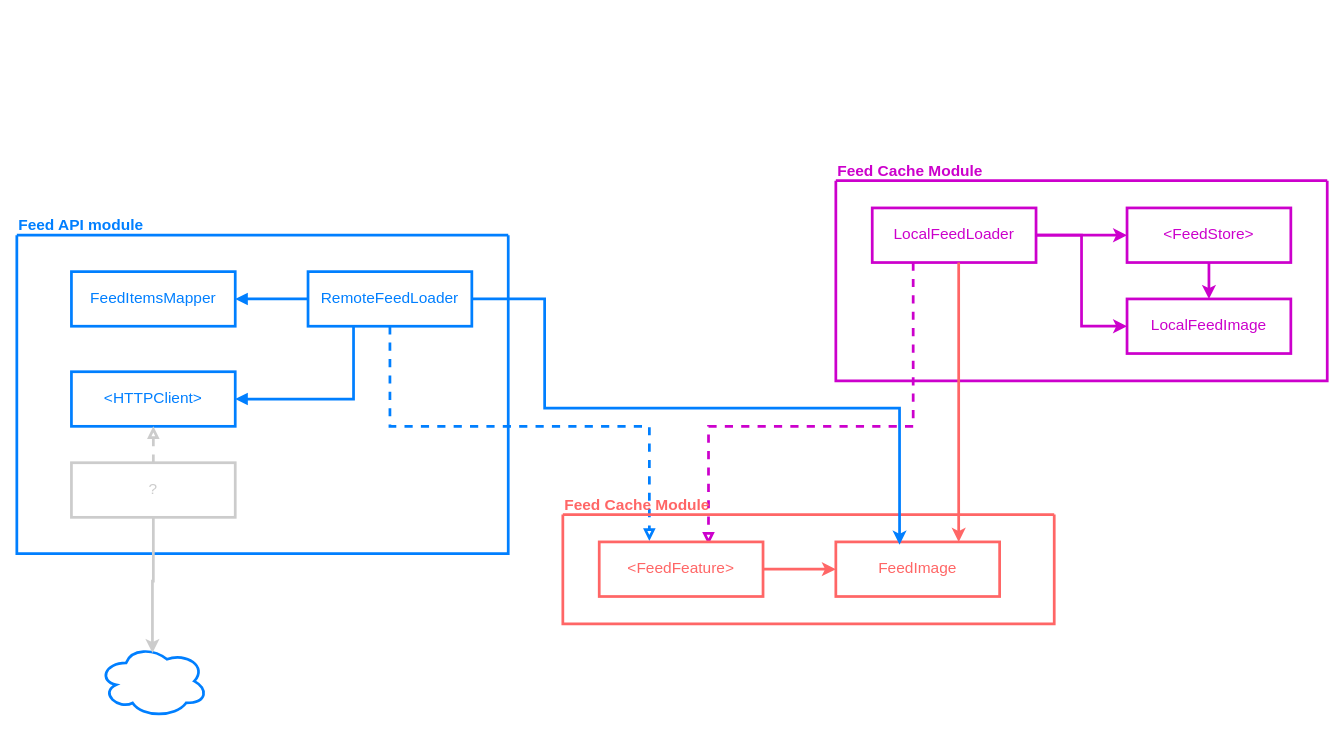
The draw.io diagram Architecture.drawio in Christophorus3/EssentialFeed, before the edit. Source tidied: cells renumbered, new cells numbered last; positions are measured from the earlier drawing's top-left corner, leaving out a move shared by most shapes. Both pictures are drawn from the tidied source at 91%, with x=0, y=0 at pixel (16, 180).
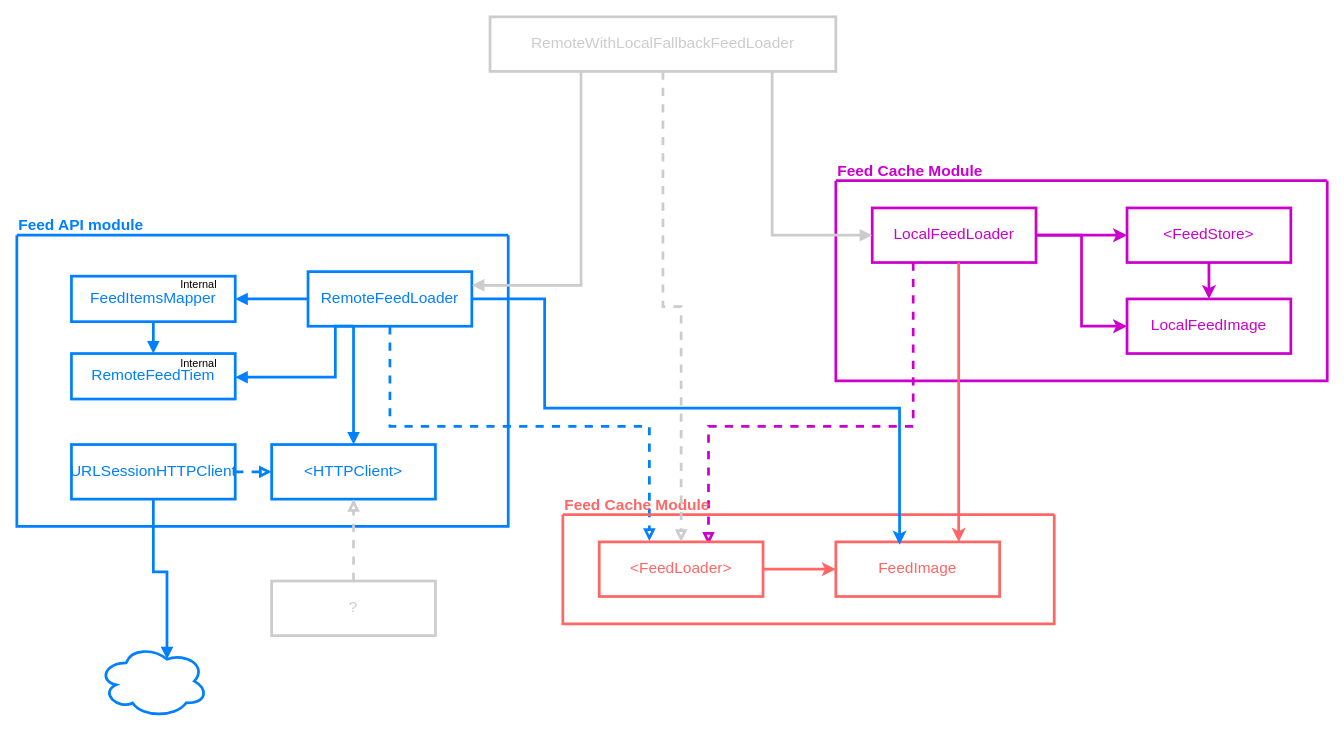
After the change.

Commit message:
update architecture diagram

Unchanged cells that the change refers to:
```xml
<mxCell id="4" value="&lt;font style=&quot;font-size: 17px;&quot; color=&quot;#007fff&quot;&gt;RemoteFeedLoader&lt;/font&gt;" style="rounded=0;whiteSpace=wrap;html=1;strokeWidth=3;strokeColor=#007FFF;" parent="2" vertex="1">
  <mxGeometry x="320" y="40" width="180" height="60" as="geometry" />
</mxCell>
<mxCell id="10" style="ellipse;shape=cloud;whiteSpace=wrap;html=1;strokeColor=#007FFF;strokeWidth=3;fontSize=17;fontColor=#007FFF;" parent="1" vertex="1">
  <mxGeometry x="90" y="510" width="120" height="80" as="geometry" />
</mxCell>
<mxCell id="16" value="&lt;font style=&quot;font-size: 17px;&quot;&gt;LocalFeedLoader&lt;/font&gt;" style="rounded=0;whiteSpace=wrap;html=1;strokeWidth=3;strokeColor=#CC00CC;fontColor=#CC00CC;" parent="13" vertex="1">
  <mxGeometry x="40" y="30" width="180" height="60" as="geometry" />
</mxCell>
<mxCell id="21" value="Feed Cache Module" style="swimlane;startSize=0;strokeColor=#FF6666;strokeWidth=3;fontSize=17;fontColor=#FF6666;verticalAlign=bottom;align=left;" parent="1" vertex="1">
  <mxGeometry x="600" y="367" width="540" height="120" as="geometry" />
</mxCell>
```

Change to the diagram source:
```diff
@@
     <mxCell id="2" value="Feed API module" style="swimlane;startSize=0;strokeColor=#007FFF;strokeWidth=3;fontSize=17;fontColor=#007FFF;verticalAlign=bottom;align=left;" parent="1" vertex="1">
-      <mxGeometry y="60" width="540" height="350" as="geometry" />
+      <mxGeometry y="60" width="540" height="320" as="geometry" />
     </mxCell>
-    <mxCell id="3" style="edgeStyle=orthogonalEdgeStyle;rounded=0;jettySize=auto;html=1;entryX=1;entryY=0.5;entryDx=0;entryDy=0;strokeColor=#007FFF;strokeWidth=3;fontSize=17;fontColor=#007FFF;endArrow=block;endFill=1;" parent="2" edge="1" source="4" target="6">
+    <mxCell id="3" style="edgeStyle=orthogonalEdgeStyle;rounded=0;jettySize=auto;html=1;entryX=0.5;entryY=0;entryDx=0;entryDy=0;strokeColor=#007FFF;strokeWidth=3;fontSize=17;fontColor=#007FFF;endArrow=block;endFill=1;" parent="2" edge="1" source="4" target="6">
       <mxGeometry relative="1" as="geometry">
         <Array as="points">
-          <mxPoint x="370" y="180" />
+          <mxPoint x="370" y="220" />
+          <mxPoint x="370" y="220" />
         </Array>
       </mxGeometry>
     </mxCell>
@@
+    <mxCell id="27" style="edgeStyle=orthogonalEdgeStyle;rounded=0;jettySize=auto;html=1;strokeColor=#007FFF;strokeWidth=3;endArrow=block;endFill=1;" parent="2" edge="1" source="5" target="29">
+      <mxGeometry relative="1" as="geometry" />
+    </mxCell>
     <mxCell id="5" value="&lt;font style=&quot;font-size: 17px;&quot; color=&quot;#007fff&quot;&gt;FeedItemsMapper&lt;/font&gt;" style="rounded=0;whiteSpace=wrap;html=1;strokeWidth=3;strokeColor=#007FFF;" parent="2" vertex="1">
-      <mxGeometry x="60" y="40" width="180" height="60" as="geometry" />
+      <mxGeometry x="60" y="45" width="180" height="50" as="geometry" />
     </mxCell>
     <mxCell id="6" value="&lt;font style=&quot;font-size: 17px;&quot; color=&quot;#007fff&quot;&gt;&amp;lt;HTTPClient&amp;gt;&lt;/font&gt;" style="rounded=0;whiteSpace=wrap;html=1;strokeWidth=3;strokeColor=#007FFF;" parent="2" vertex="1">
-      <mxGeometry x="60" y="150" width="180" height="60" as="geometry" />
+      <mxGeometry x="280" y="230" width="180" height="60" as="geometry" />
     </mxCell>
-    <mxCell id="7" style="edgeStyle=orthogonalEdgeStyle;rounded=0;jettySize=auto;html=1;entryX=0.5;entryY=1;entryDx=0;entryDy=0;strokeColor=#CCCCCC;strokeWidth=3;fontSize=17;fontColor=#CCCCCC;endArrow=block;endFill=0;dashed=1;" parent="2" edge="1" source="8" target="6">
-      <mxGeometry relative="1" as="geometry" />
-    </mxCell>
-    <mxCell id="8" value="&lt;font style=&quot;font-size: 17px;&quot;&gt;?&lt;/font&gt;" style="rounded=0;whiteSpace=wrap;html=1;strokeWidth=3;strokeColor=#CCCCCC;fontColor=#CCCCCC;" parent="2" vertex="1">
-      <mxGeometry x="60" y="250" width="180" height="60" as="geometry" />
-    </mxCell>
@@
+    <mxCell id="28" value="Internal" style="text;html=1;strokeColor=none;fillColor=none;align=center;verticalAlign=middle;whiteSpace=wrap;rounded=0;" parent="2" vertex="1">
+      <mxGeometry x="170" y="40" width="60" height="30" as="geometry" />
+    </mxCell>
+    <mxCell id="29" value="&lt;font style=&quot;font-size: 17px;&quot; color=&quot;#007fff&quot;&gt;RemoteFeedTiem&lt;/font&gt;" style="rounded=0;whiteSpace=wrap;html=1;strokeWidth=3;strokeColor=#007FFF;" parent="2" vertex="1">
+      <mxGeometry x="60" y="130" width="180" height="50" as="geometry" />
+    </mxCell>
+    <mxCell id="30" value="Internal" style="text;html=1;strokeColor=none;fillColor=none;align=center;verticalAlign=middle;whiteSpace=wrap;rounded=0;" parent="2" vertex="1">
+      <mxGeometry x="170" y="126" width="60" height="30" as="geometry" />
+    </mxCell>
+    <mxCell id="31" style="edgeStyle=orthogonalEdgeStyle;rounded=0;orthogonalLoop=1;jettySize=auto;html=1;entryX=1;entryY=0.5;entryDx=0;entryDy=0;strokeColor=#007FFF;strokeWidth=3;fontSize=17;fontColor=#007FFF;endArrow=block;endFill=1;" parent="2" edge="1">
+      <mxGeometry relative="1" as="geometry">
+        <mxPoint x="370" y="100" as="sourcePoint" />
+        <mxPoint x="240" y="156" as="targetPoint" />
+        <Array as="points">
+          <mxPoint x="350" y="100" />
+          <mxPoint x="350" y="156" />
+        </Array>
+      </mxGeometry>
+    </mxCell>
+    <mxCell id="32" style="edgeStyle=orthogonalEdgeStyle;rounded=0;jettySize=auto;html=1;strokeColor=#007FFF;strokeWidth=3;endArrow=block;endFill=0;dashed=1;" parent="2" edge="1" source="33" target="6">
+      <mxGeometry relative="1" as="geometry" />
+    </mxCell>
+    <mxCell id="33" value="&lt;font style=&quot;font-size: 17px;&quot; color=&quot;#007fff&quot;&gt;URLSessionHTTPClient&lt;/font&gt;" style="rounded=0;whiteSpace=wrap;html=1;strokeWidth=3;strokeColor=#007FFF;" parent="2" vertex="1">
+      <mxGeometry x="60" y="230" width="180" height="60" as="geometry" />
+    </mxCell>
@@
-    <mxCell id="12" style="edgeStyle=orthogonalEdgeStyle;rounded=0;jettySize=auto;html=1;entryX=0.492;entryY=0.113;entryDx=0;entryDy=0;entryPerimeter=0;strokeColor=#CCCCCC;strokeWidth=3;fontSize=17;fontColor=#CCCCCC;endArrow=classic;endFill=1;" parent="1" edge="1" source="8" target="10">
-      <mxGeometry relative="1" as="geometry" />
-    </mxCell>
@@
-    <mxCell id="23" value="&lt;span style=&quot;font-size: 17px;&quot;&gt;&amp;lt;FeedFeature&amp;gt;&lt;/span&gt;" style="rounded=0;whiteSpace=wrap;html=1;strokeWidth=3;strokeColor=#FF6666;fontColor=#FF6666;" parent="21" vertex="1">
+    <mxCell id="23" value="&lt;span style=&quot;font-size: 17px;&quot;&gt;&amp;lt;FeedLoader&amp;gt;&lt;/span&gt;" style="rounded=0;whiteSpace=wrap;html=1;strokeWidth=3;strokeColor=#FF6666;fontColor=#FF6666;" parent="21" vertex="1">
       <mxGeometry x="40" y="30" width="180" height="60" as="geometry" />
     </mxCell>
@@
+    <mxCell id="8" value="&lt;font style=&quot;font-size: 17px;&quot;&gt;?&lt;/font&gt;" style="rounded=0;whiteSpace=wrap;html=1;strokeWidth=3;strokeColor=#CCCCCC;fontColor=#CCCCCC;" parent="1" vertex="1">
+      <mxGeometry x="280" y="440" width="180" height="60" as="geometry" />
+    </mxCell>
+    <mxCell id="7" style="edgeStyle=orthogonalEdgeStyle;rounded=0;jettySize=auto;html=1;entryX=0.5;entryY=1;entryDx=0;entryDy=0;strokeColor=#CCCCCC;strokeWidth=3;fontSize=17;fontColor=#CCCCCC;endArrow=block;endFill=0;dashed=1;" parent="1" edge="1" source="8" target="6">
+      <mxGeometry relative="1" as="geometry" />
+    </mxCell>
+    <mxCell id="34" style="edgeStyle=orthogonalEdgeStyle;rounded=0;jettySize=auto;html=1;exitX=0.5;exitY=1;exitDx=0;exitDy=0;entryX=0.625;entryY=0.2;entryDx=0;entryDy=0;entryPerimeter=0;strokeColor=#007FFF;strokeWidth=3;endArrow=block;endFill=1;" parent="1" edge="1" source="33" target="10">
+      <mxGeometry relative="1" as="geometry" />
+    </mxCell>
+    <mxCell id="35" style="edgeStyle=orthogonalEdgeStyle;rounded=0;jettySize=auto;html=1;entryX=1;entryY=0.25;entryDx=0;entryDy=0;strokeColor=#CCCCCC;strokeWidth=3;fontColor=#CCCCCC;endArrow=block;endFill=1;" parent="1" edge="1" source="38" target="4">
+      <mxGeometry relative="1" as="geometry">
+        <Array as="points">
+          <mxPoint x="620" y="115" />
+        </Array>
+      </mxGeometry>
+    </mxCell>
+    <mxCell id="36" style="edgeStyle=orthogonalEdgeStyle;rounded=0;jettySize=auto;html=1;entryX=0.5;entryY=0;entryDx=0;entryDy=0;strokeColor=#CCCCCC;strokeWidth=3;fontColor=#CCCCCC;endArrow=block;endFill=0;dashed=1;" parent="1" edge="1" source="38" target="23">
+      <mxGeometry relative="1" as="geometry" />
+    </mxCell>
+    <mxCell id="37" style="edgeStyle=orthogonalEdgeStyle;rounded=0;jettySize=auto;html=1;entryX=0;entryY=0.5;entryDx=0;entryDy=0;strokeColor=#CCCCCC;strokeWidth=3;fontColor=#CCCCCC;endArrow=block;endFill=1;" parent="1" edge="1" source="38" target="16">
+      <mxGeometry relative="1" as="geometry">
+        <Array as="points">
+          <mxPoint x="830" y="60" />
+        </Array>
+      </mxGeometry>
+    </mxCell>
+    <mxCell id="38" value="&lt;font color=&quot;#cccccc&quot; style=&quot;font-size: 17px;&quot;&gt;RemoteWithLocalFallbackFeedLoader&lt;/font&gt;" style="rounded=0;whiteSpace=wrap;html=1;strokeWidth=3;strokeColor=#CCCCCC;" parent="1" vertex="1">
+      <mxGeometry x="520" y="-180" width="380" height="60" as="geometry" />
+    </mxCell>
```
